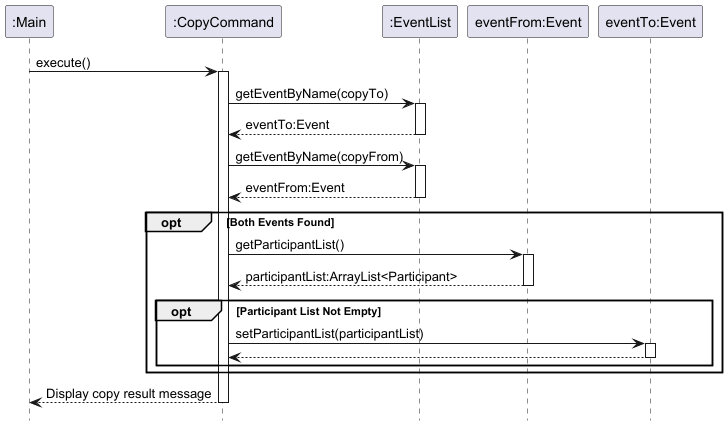
This is docs/images/CopyCommandSequenceDiagram.png from nus-cs2113-AY2425S1/tp, a PlantUML export, as it was before one commit.
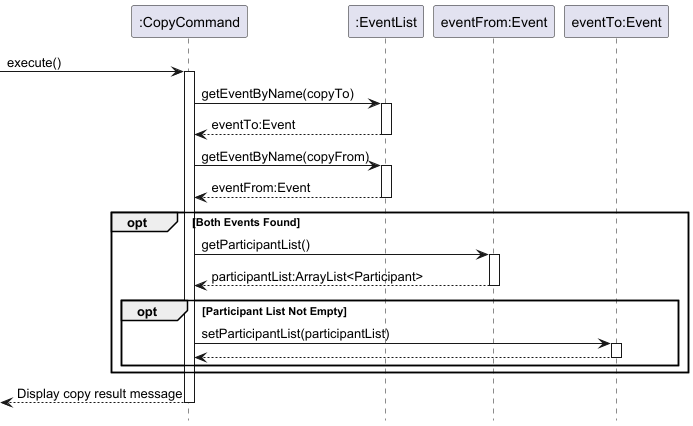
Later version of the same file.

What changed in the source:
```diff
@@ -1,12 +1,12 @@
 @startuml
 hide footbox
-participant ":Main" as Main
+
 participant ":CopyCommand" as CC
 participant ":EventList" as EL
 participant "eventFrom:Event" as SourceEvent
 participant "eventTo:Event" as DestEvent
 
-Main -> CC: execute()
+[-> CC: execute()
 activate CC
 
 CC -> EL: getEventByName(copyTo)
@@ -34,7 +34,6 @@
 
 end opt
 
-CC --> Main: Display copy result message
-deactivate CC
+return Display copy result message
 
 @enduml
```
